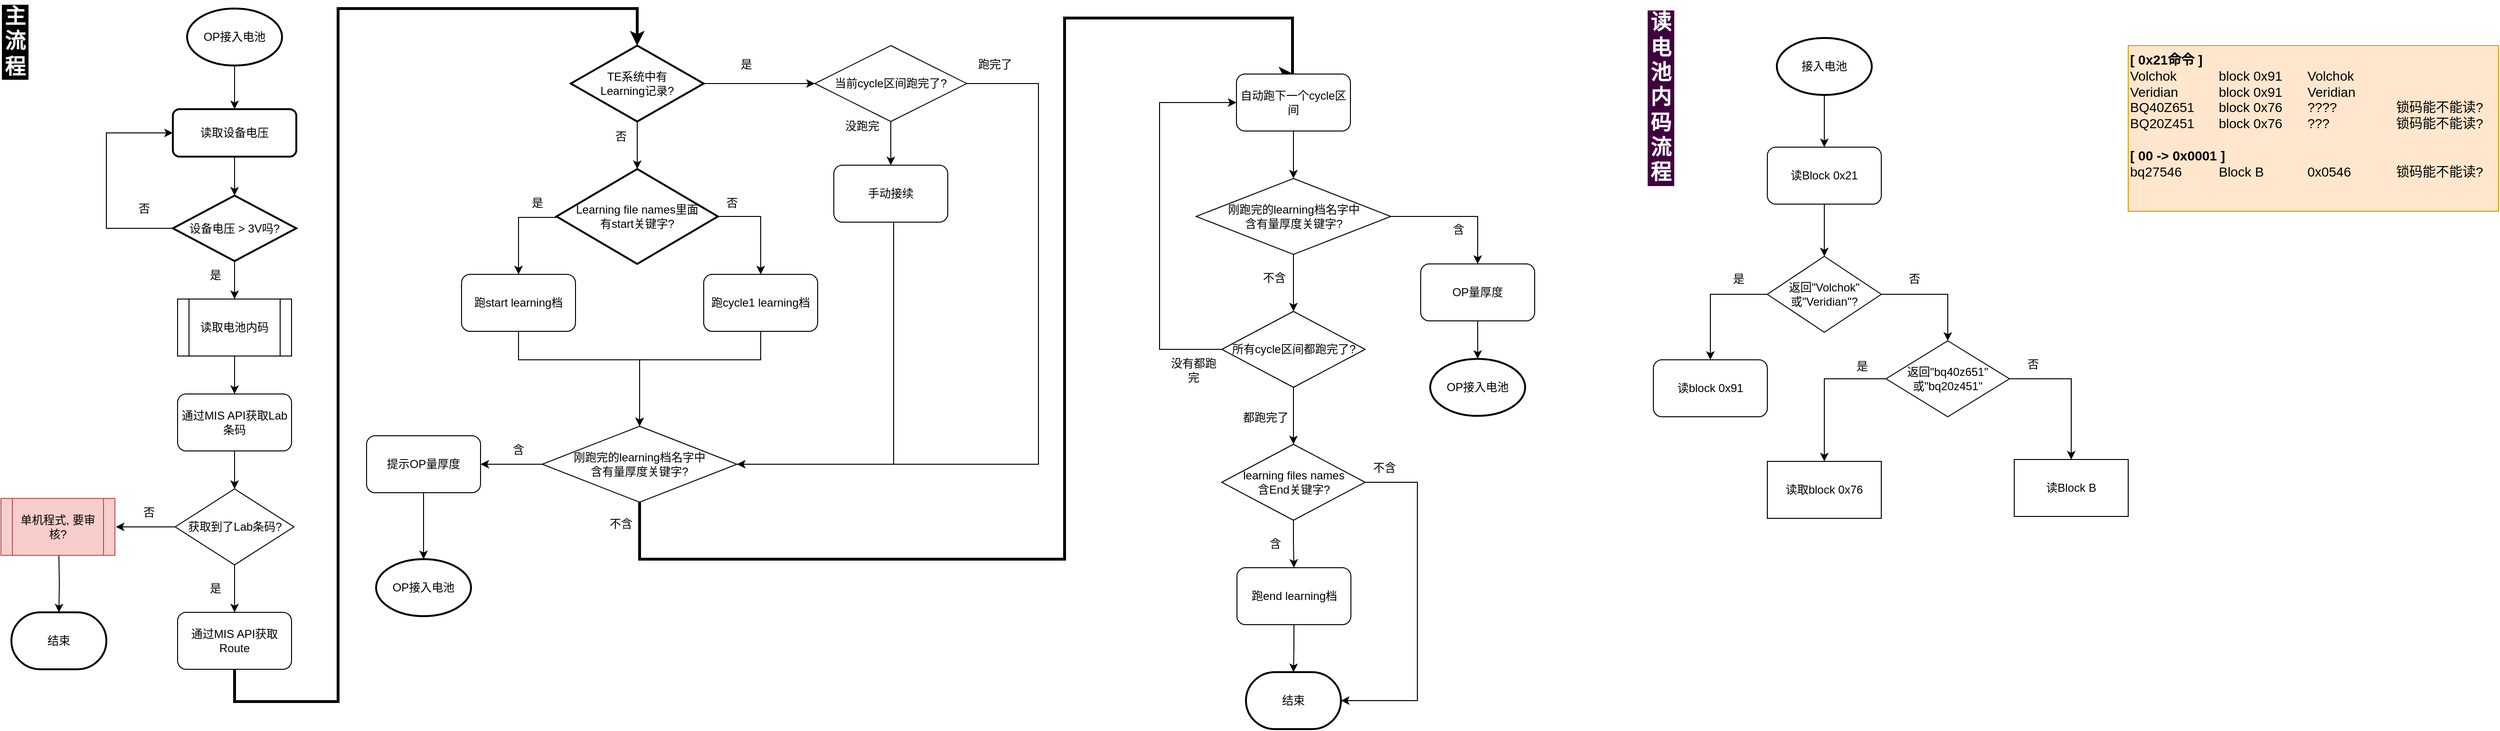
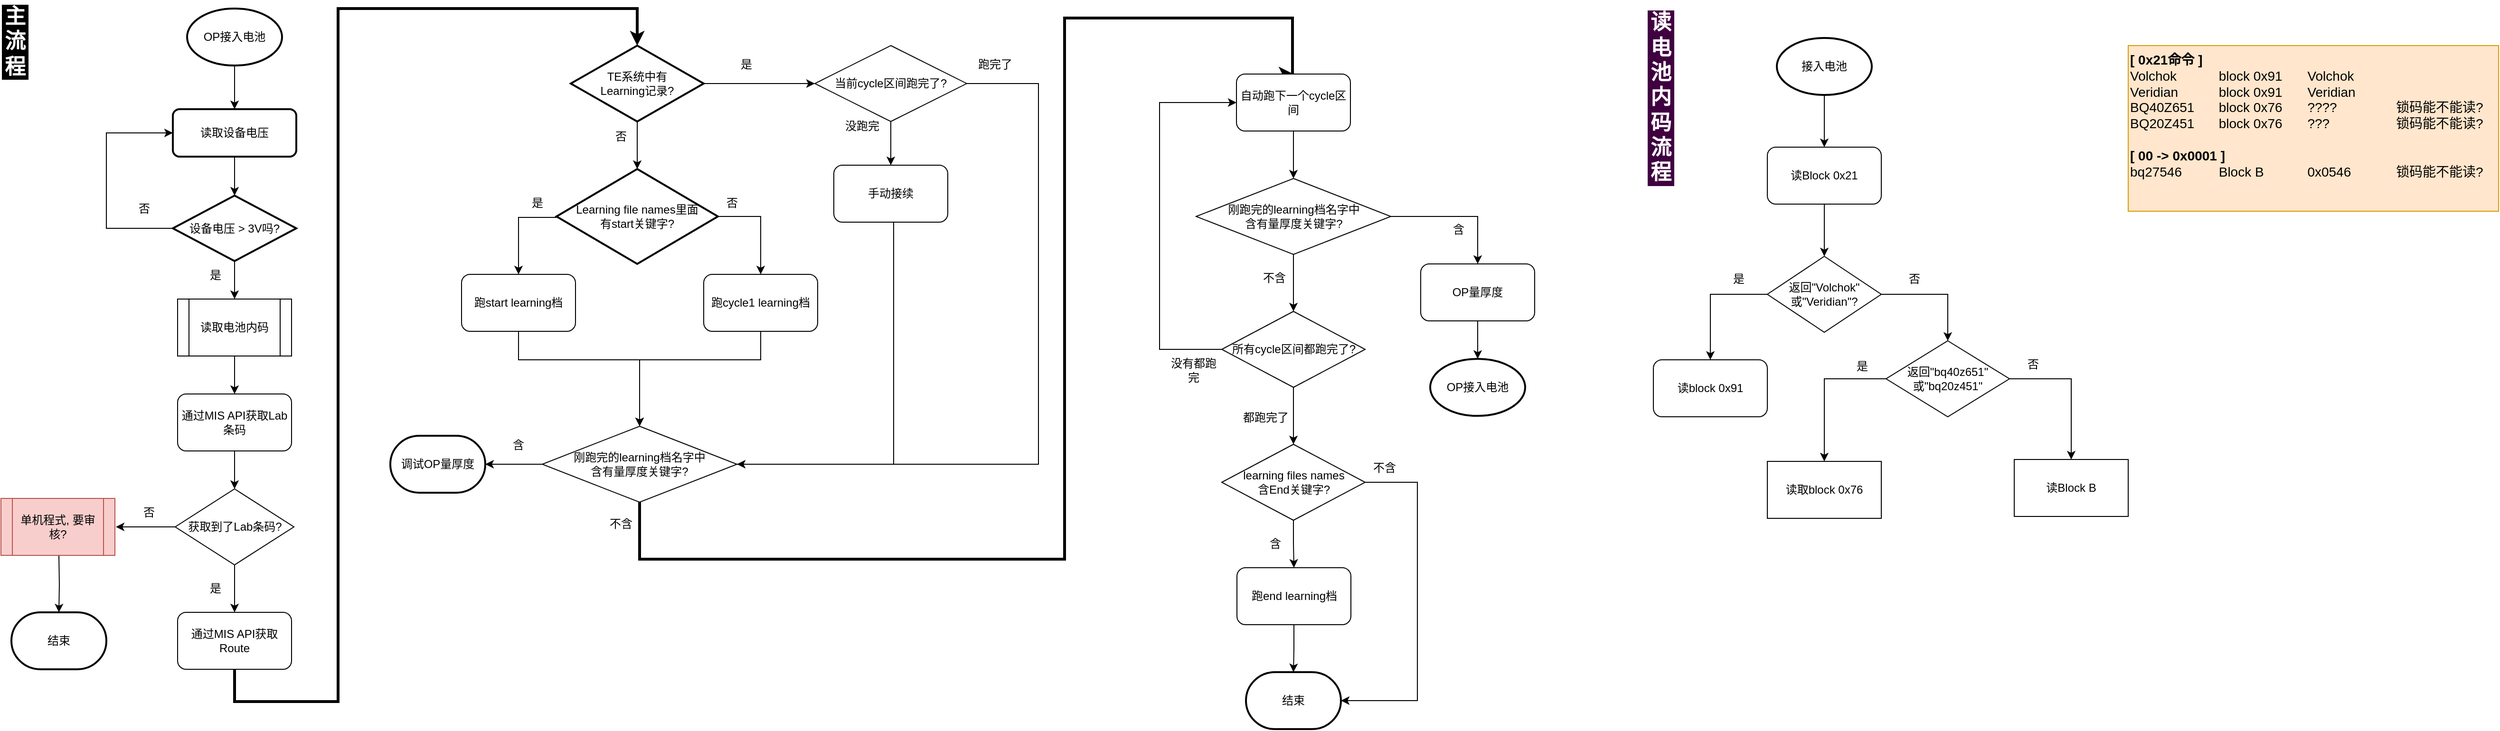
<mxfile host="app.diagrams.net">
  <diagram name="第 1 页" id="3HldnIOuQtLrwHUO-1mN">
    <mxGraphModel dx="1318" dy="774" grid="1" gridSize="10" guides="1" tooltips="1" connect="1" arrows="1" fold="1" page="1" pageScale="1" pageWidth="1169" pageHeight="827" background="#FFFFFF" math="0" shadow="0">
      <root>
        <mxCell id="0" />
        <mxCell id="1" parent="0" />
        <mxCell id="qRa3hty1LtdxE0hFs_0w-8" edge="1" parent="1" source="qRa3hty1LtdxE0hFs_0w-4" style="edgeStyle=orthogonalEdgeStyle;rounded=0;orthogonalLoop=1;jettySize=auto;html=1;" target="qRa3hty1LtdxE0hFs_0w-6" value="">
          <mxGeometry relative="1" as="geometry" />
        </mxCell>
        <mxCell id="qRa3hty1LtdxE0hFs_0w-4" parent="1" style="strokeWidth=2;html=1;shape=mxgraph.flowchart.start_1;whiteSpace=wrap;" value="OP接入电池" vertex="1">
          <mxGeometry height="60" width="100" x="216" y="20" as="geometry" />
        </mxCell>
        <mxCell id="qRa3hty1LtdxE0hFs_0w-9" edge="1" parent="1" source="qRa3hty1LtdxE0hFs_0w-6" style="edgeStyle=orthogonalEdgeStyle;rounded=0;orthogonalLoop=1;jettySize=auto;html=1;" target="qRa3hty1LtdxE0hFs_0w-7" value="">
          <mxGeometry relative="1" as="geometry" />
        </mxCell>
        <mxCell id="qRa3hty1LtdxE0hFs_0w-6" parent="1" style="rounded=1;whiteSpace=wrap;html=1;absoluteArcSize=1;arcSize=14;strokeWidth=2;" value="读取设备电压" vertex="1">
          <mxGeometry height="50" width="130" x="201" y="126" as="geometry" />
        </mxCell>
        <mxCell id="qRa3hty1LtdxE0hFs_0w-14" edge="1" parent="1" source="qRa3hty1LtdxE0hFs_0w-7" style="edgeStyle=orthogonalEdgeStyle;rounded=0;orthogonalLoop=1;jettySize=auto;html=1;" target="qRa3hty1LtdxE0hFs_0w-13" value="">
          <mxGeometry relative="1" as="geometry" />
        </mxCell>
        <mxCell id="qRa3hty1LtdxE0hFs_0w-25" edge="1" parent="1" source="qRa3hty1LtdxE0hFs_0w-7" style="edgeStyle=orthogonalEdgeStyle;rounded=0;orthogonalLoop=1;jettySize=auto;html=1;entryX=0;entryY=0.5;entryDx=0;entryDy=0;" target="qRa3hty1LtdxE0hFs_0w-6">
          <mxGeometry relative="1" as="geometry">
            <Array as="points">
              <mxPoint x="131" y="252" />
              <mxPoint x="131" y="151" />
            </Array>
            <mxPoint x="411" y="146" as="targetPoint" />
          </mxGeometry>
        </mxCell>
        <mxCell id="qRa3hty1LtdxE0hFs_0w-7" parent="1" style="strokeWidth=2;html=1;shape=mxgraph.flowchart.decision;whiteSpace=wrap;" value="设备电压 &amp;gt; 3V吗?" vertex="1">
          <mxGeometry height="69" width="130" x="201" y="217" as="geometry" />
        </mxCell>
        <mxCell id="qRa3hty1LtdxE0hFs_0w-11" parent="1" style="text;html=1;whiteSpace=wrap;strokeColor=none;fillColor=none;align=center;verticalAlign=middle;rounded=0;" value="&lt;div&gt;否&lt;/div&gt;" vertex="1">
          <mxGeometry height="30" width="60" x="141" y="216" as="geometry" />
        </mxCell>
        <mxCell id="qRa3hty1LtdxE0hFs_0w-12" parent="1" style="text;html=1;whiteSpace=wrap;strokeColor=none;fillColor=none;align=center;verticalAlign=middle;rounded=0;" value="&lt;div&gt;是&lt;/div&gt;" vertex="1">
          <mxGeometry height="30" width="60" x="216" y="286" as="geometry" />
        </mxCell>
        <mxCell id="qRa3hty1LtdxE0hFs_0w-16" edge="1" parent="1" source="qRa3hty1LtdxE0hFs_0w-13" style="edgeStyle=orthogonalEdgeStyle;rounded=0;orthogonalLoop=1;jettySize=auto;html=1;" target="qRa3hty1LtdxE0hFs_0w-15" value="">
          <mxGeometry relative="1" as="geometry" />
        </mxCell>
        <mxCell id="qRa3hty1LtdxE0hFs_0w-13" parent="1" style="shape=process;whiteSpace=wrap;html=1;backgroundOutline=1;" value="读取电池内码" vertex="1">
          <mxGeometry height="60" width="120" x="206" y="326" as="geometry" />
        </mxCell>
        <mxCell id="qRa3hty1LtdxE0hFs_0w-20" edge="1" parent="1" source="qRa3hty1LtdxE0hFs_0w-15" style="edgeStyle=orthogonalEdgeStyle;rounded=0;orthogonalLoop=1;jettySize=auto;html=1;" target="qRa3hty1LtdxE0hFs_0w-19" value="">
          <mxGeometry relative="1" as="geometry" />
        </mxCell>
        <mxCell id="qRa3hty1LtdxE0hFs_0w-15" parent="1" style="rounded=1;whiteSpace=wrap;html=1;" value="通过MIS API获取Lab条码" vertex="1">
          <mxGeometry height="60" width="120" x="206" y="426" as="geometry" />
        </mxCell>
        <mxCell id="qRa3hty1LtdxE0hFs_0w-31" edge="1" parent="1" source="qRa3hty1LtdxE0hFs_0w-17" style="edgeStyle=orthogonalEdgeStyle;rounded=0;orthogonalLoop=1;jettySize=auto;html=1;entryX=0.5;entryY=0;entryDx=0;entryDy=0;entryPerimeter=0;strokeWidth=3;" target="qRa3hty1LtdxE0hFs_0w-30" value="">
          <mxGeometry relative="1" as="geometry">
            <Array as="points">
              <mxPoint x="266" y="750" />
              <mxPoint x="375" y="750" />
              <mxPoint x="375" y="20" />
              <mxPoint x="690" y="20" />
            </Array>
          </mxGeometry>
        </mxCell>
        <mxCell id="qRa3hty1LtdxE0hFs_0w-17" parent="1" style="rounded=1;whiteSpace=wrap;html=1;" value="通过MIS API获取Route" vertex="1">
          <mxGeometry height="60" width="120" x="206" y="656" as="geometry" />
        </mxCell>
        <mxCell id="qRa3hty1LtdxE0hFs_0w-21" edge="1" parent="1" source="qRa3hty1LtdxE0hFs_0w-19" style="edgeStyle=orthogonalEdgeStyle;rounded=0;orthogonalLoop=1;jettySize=auto;html=1;" target="qRa3hty1LtdxE0hFs_0w-17" value="">
          <mxGeometry relative="1" as="geometry" />
        </mxCell>
        <mxCell id="qRa3hty1LtdxE0hFs_0w-27" edge="1" parent="1" source="qRa3hty1LtdxE0hFs_0w-19" style="edgeStyle=orthogonalEdgeStyle;rounded=0;orthogonalLoop=1;jettySize=auto;html=1;" value="">
          <mxGeometry relative="1" as="geometry">
            <mxPoint x="141" y="566" as="targetPoint" />
          </mxGeometry>
        </mxCell>
        <mxCell id="qRa3hty1LtdxE0hFs_0w-19" parent="1" style="rhombus;whiteSpace=wrap;html=1;" value="获取到了Lab条码?" vertex="1">
          <mxGeometry height="80" width="125" x="203.5" y="526" as="geometry" />
        </mxCell>
        <mxCell id="qRa3hty1LtdxE0hFs_0w-22" parent="1" style="text;html=1;whiteSpace=wrap;strokeColor=none;fillColor=none;align=center;verticalAlign=middle;rounded=0;" value="是" vertex="1">
          <mxGeometry height="30" width="60" x="216" y="616" as="geometry" />
        </mxCell>
        <mxCell id="qRa3hty1LtdxE0hFs_0w-29" edge="1" parent="1" style="edgeStyle=orthogonalEdgeStyle;rounded=0;orthogonalLoop=1;jettySize=auto;html=1;" target="qRa3hty1LtdxE0hFs_0w-28" value="">
          <mxGeometry relative="1" as="geometry">
            <mxPoint x="81" y="596" as="sourcePoint" />
          </mxGeometry>
        </mxCell>
        <mxCell id="qRa3hty1LtdxE0hFs_0w-26" parent="1" style="shape=process;whiteSpace=wrap;html=1;backgroundOutline=1;fillColor=#f8cecc;strokeColor=#b85450;" value="单机程式, 要审核?" vertex="1">
          <mxGeometry height="60" width="120" x="20" y="536" as="geometry" />
        </mxCell>
        <mxCell id="qRa3hty1LtdxE0hFs_0w-28" parent="1" style="strokeWidth=2;html=1;shape=mxgraph.flowchart.terminator;whiteSpace=wrap;" value="结束" vertex="1">
          <mxGeometry height="60" width="100" x="31" y="656" as="geometry" />
        </mxCell>
        <mxCell id="qRa3hty1LtdxE0hFs_0w-34" edge="1" parent="1" source="qRa3hty1LtdxE0hFs_0w-30" style="edgeStyle=orthogonalEdgeStyle;rounded=0;orthogonalLoop=1;jettySize=auto;html=1;" target="qRa3hty1LtdxE0hFs_0w-33" value="">
          <mxGeometry relative="1" as="geometry" />
        </mxCell>
        <mxCell id="qRa3hty1LtdxE0hFs_0w-38" edge="1" parent="1" source="qRa3hty1LtdxE0hFs_0w-30" style="edgeStyle=orthogonalEdgeStyle;rounded=0;orthogonalLoop=1;jettySize=auto;html=1;" target="qRa3hty1LtdxE0hFs_0w-37" value="">
          <mxGeometry relative="1" as="geometry" />
        </mxCell>
        <mxCell id="qRa3hty1LtdxE0hFs_0w-30" parent="1" style="strokeWidth=2;html=1;shape=mxgraph.flowchart.decision;whiteSpace=wrap;" value="&lt;div&gt;TE系统中有&lt;/div&gt;&lt;div&gt;Learning记录?&lt;/div&gt;" vertex="1">
          <mxGeometry height="80" width="140" x="620" y="59" as="geometry" />
        </mxCell>
        <mxCell id="qRa3hty1LtdxE0hFs_0w-45" edge="1" parent="1" source="qRa3hty1LtdxE0hFs_0w-33" style="edgeStyle=orthogonalEdgeStyle;rounded=0;orthogonalLoop=1;jettySize=auto;html=1;" target="qRa3hty1LtdxE0hFs_0w-44" value="">
          <mxGeometry relative="1" as="geometry">
            <Array as="points">
              <mxPoint x="565" y="240" />
            </Array>
          </mxGeometry>
        </mxCell>
        <mxCell id="qRa3hty1LtdxE0hFs_0w-67" edge="1" parent="1" source="qRa3hty1LtdxE0hFs_0w-33" style="edgeStyle=orthogonalEdgeStyle;rounded=0;orthogonalLoop=1;jettySize=auto;html=1;entryX=0.5;entryY=0;entryDx=0;entryDy=0;exitX=1;exitY=0.5;exitDx=0;exitDy=0;exitPerimeter=0;" target="qRa3hty1LtdxE0hFs_0w-66">
          <mxGeometry relative="1" as="geometry" />
        </mxCell>
        <mxCell id="qRa3hty1LtdxE0hFs_0w-33" parent="1" style="strokeWidth=2;html=1;shape=mxgraph.flowchart.decision;whiteSpace=wrap;" value="&lt;div&gt;Learning file names里面&lt;/div&gt;&lt;div&gt;有start关键字?&lt;/div&gt;" vertex="1">
          <mxGeometry height="100" width="170" x="605" y="189" as="geometry" />
        </mxCell>
        <mxCell id="qRa3hty1LtdxE0hFs_0w-35" parent="1" style="text;html=1;whiteSpace=wrap;strokeColor=none;fillColor=none;align=center;verticalAlign=middle;rounded=0;" value="否" vertex="1">
          <mxGeometry height="30" width="60" x="642.5" y="140" as="geometry" />
        </mxCell>
        <mxCell id="qRa3hty1LtdxE0hFs_0w-36" parent="1" style="text;html=1;whiteSpace=wrap;strokeColor=none;fillColor=none;align=center;verticalAlign=middle;rounded=0;" value="是" vertex="1">
          <mxGeometry height="30" width="60" x="775" y="64" as="geometry" />
        </mxCell>
        <mxCell id="qRa3hty1LtdxE0hFs_0w-40" edge="1" parent="1" source="qRa3hty1LtdxE0hFs_0w-37" style="edgeStyle=orthogonalEdgeStyle;rounded=0;orthogonalLoop=1;jettySize=auto;html=1;" target="qRa3hty1LtdxE0hFs_0w-39" value="">
          <mxGeometry relative="1" as="geometry" />
        </mxCell>
        <mxCell id="qRa3hty1LtdxE0hFs_0w-115" edge="1" parent="1" style="edgeStyle=orthogonalEdgeStyle;rounded=0;orthogonalLoop=1;jettySize=auto;html=1;entryX=1;entryY=0.5;entryDx=0;entryDy=0;">
          <mxGeometry relative="1" as="geometry">
            <Array as="points">
              <mxPoint x="1112.5" y="99" />
              <mxPoint x="1112.5" y="500" />
            </Array>
            <mxPoint x="1022.5" y="99" as="sourcePoint" />
            <mxPoint x="767.5" y="500" as="targetPoint" />
          </mxGeometry>
        </mxCell>
        <mxCell id="qRa3hty1LtdxE0hFs_0w-37" parent="1" style="rhombus;whiteSpace=wrap;html=1;" value="当前cycle区间跑完了?" vertex="1">
          <mxGeometry height="80" width="160" x="877" y="59" as="geometry" />
        </mxCell>
        <mxCell id="qRa3hty1LtdxE0hFs_0w-74" edge="1" parent="1" source="qRa3hty1LtdxE0hFs_0w-39" style="edgeStyle=orthogonalEdgeStyle;rounded=0;orthogonalLoop=1;jettySize=auto;html=1;entryX=1;entryY=0.5;entryDx=0;entryDy=0;exitX=0.5;exitY=1;exitDx=0;exitDy=0;" target="qRa3hty1LtdxE0hFs_0w-49">
          <mxGeometry relative="1" as="geometry">
            <Array as="points">
              <mxPoint x="960" y="245" />
              <mxPoint x="960" y="500" />
            </Array>
            <mxPoint x="1005" y="240" as="sourcePoint" />
          </mxGeometry>
        </mxCell>
        <mxCell id="qRa3hty1LtdxE0hFs_0w-39" parent="1" style="rounded=1;whiteSpace=wrap;html=1;" value="手动接续" vertex="1">
          <mxGeometry height="60" width="120" x="897" y="185" as="geometry" />
        </mxCell>
        <mxCell id="qRa3hty1LtdxE0hFs_0w-41" parent="1" style="text;html=1;whiteSpace=wrap;strokeColor=none;fillColor=none;align=center;verticalAlign=middle;rounded=0;" value="没跑完" vertex="1">
          <mxGeometry height="30" width="60" x="897" y="129" as="geometry" />
        </mxCell>
        <mxCell id="qRa3hty1LtdxE0hFs_0w-71" edge="1" parent="1" source="qRa3hty1LtdxE0hFs_0w-44" style="edgeStyle=orthogonalEdgeStyle;rounded=0;orthogonalLoop=1;jettySize=auto;html=1;entryX=0.5;entryY=0;entryDx=0;entryDy=0;" target="qRa3hty1LtdxE0hFs_0w-49">
          <mxGeometry relative="1" as="geometry">
            <Array as="points">
              <mxPoint x="565" y="390" />
              <mxPoint x="693" y="390" />
            </Array>
          </mxGeometry>
        </mxCell>
        <mxCell id="qRa3hty1LtdxE0hFs_0w-44" parent="1" style="rounded=1;whiteSpace=wrap;html=1;" value="跑start learning档" vertex="1">
          <mxGeometry height="60" width="120" x="505" y="300" as="geometry" />
        </mxCell>
        <mxCell id="qRa3hty1LtdxE0hFs_0w-46" parent="1" style="text;html=1;whiteSpace=wrap;strokeColor=none;fillColor=none;align=center;verticalAlign=middle;rounded=0;" value="是" vertex="1">
          <mxGeometry height="30" width="60" x="555" y="210" as="geometry" />
        </mxCell>
-         <mxCell id="qRa3hty1LtdxE0hFs_0w-52" edge="1" parent="1" source="qRa3hty1LtdxE0hFs_0w-49" style="edgeStyle=orthogonalEdgeStyle;rounded=0;orthogonalLoop=1;jettySize=auto;html=1;" target="qRa3hty1LtdxE0hFs_0w-51" value="">
-           <mxGeometry relative="1" as="geometry" />
-         </mxCell>
        <mxCell id="qRa3hty1LtdxE0hFs_0w-129" edge="1" parent="1" source="qRa3hty1LtdxE0hFs_0w-49" style="edgeStyle=orthogonalEdgeStyle;rounded=0;orthogonalLoop=1;jettySize=auto;html=1;entryX=0.5;entryY=0;entryDx=0;entryDy=0;exitX=0.5;exitY=1;exitDx=0;exitDy=0;strokeWidth=3;" target="qRa3hty1LtdxE0hFs_0w-55">
          <mxGeometry relative="1" as="geometry">
            <Array as="points">
              <mxPoint x="692" y="600" />
              <mxPoint x="1140" y="600" />
              <mxPoint x="1140" y="30" />
              <mxPoint x="1380" y="30" />
              <mxPoint x="1380" y="89" />
            </Array>
          </mxGeometry>
        </mxCell>
+         <mxCell id="PsBZDfwHha2lWDHOalyY-38" edge="1" parent="1" source="qRa3hty1LtdxE0hFs_0w-49" style="edgeStyle=orthogonalEdgeStyle;rounded=0;orthogonalLoop=1;jettySize=auto;html=1;" target="PsBZDfwHha2lWDHOalyY-37" value="">
+           <mxGeometry relative="1" as="geometry" />
+         </mxCell>
        <mxCell id="qRa3hty1LtdxE0hFs_0w-49" parent="1" style="rhombus;whiteSpace=wrap;html=1;" value="&lt;div&gt;刚跑完的learning档名字中&lt;/div&gt;&lt;div&gt;含有量厚度关键字?&lt;/div&gt;" vertex="1">
          <mxGeometry height="80" width="205" x="590" y="460" as="geometry" />
        </mxCell>
-         <mxCell id="qRa3hty1LtdxE0hFs_0w-102" edge="1" parent="1" source="qRa3hty1LtdxE0hFs_0w-51" style="edgeStyle=orthogonalEdgeStyle;rounded=0;orthogonalLoop=1;jettySize=auto;html=1;" target="qRa3hty1LtdxE0hFs_0w-101" value="">
-           <mxGeometry relative="1" as="geometry" />
-         </mxCell>
-         <mxCell id="qRa3hty1LtdxE0hFs_0w-51" parent="1" style="rounded=1;whiteSpace=wrap;html=1;" value="提示OP量厚度" vertex="1">
-           <mxGeometry height="60" width="120" x="405" y="470" as="geometry" />
-         </mxCell>
        <mxCell id="qRa3hty1LtdxE0hFs_0w-53" parent="1" style="text;html=1;whiteSpace=wrap;strokeColor=none;fillColor=none;align=center;verticalAlign=middle;rounded=0;" value="&lt;div&gt;含&lt;/div&gt;" vertex="1">
-           <mxGeometry height="30" width="60" x="535" y="470" as="geometry" />
+           <mxGeometry height="30" width="60" x="535" y="465" as="geometry" />
        </mxCell>
        <mxCell id="qRa3hty1LtdxE0hFs_0w-130" edge="1" parent="1" source="qRa3hty1LtdxE0hFs_0w-55" style="edgeStyle=orthogonalEdgeStyle;rounded=0;orthogonalLoop=1;jettySize=auto;html=1;" target="qRa3hty1LtdxE0hFs_0w-88" value="">
          <mxGeometry relative="1" as="geometry" />
        </mxCell>
        <mxCell id="qRa3hty1LtdxE0hFs_0w-55" parent="1" style="rounded=1;whiteSpace=wrap;html=1;" value="自动跑下一个cycle区间" vertex="1">
          <mxGeometry height="60" width="120" x="1321" y="89" as="geometry" />
        </mxCell>
        <mxCell id="qRa3hty1LtdxE0hFs_0w-57" parent="1" style="text;html=1;whiteSpace=wrap;strokeColor=none;fillColor=none;align=center;verticalAlign=middle;rounded=0;" value="否" vertex="1">
          <mxGeometry height="30" width="60" x="146" y="536" as="geometry" />
        </mxCell>
        <mxCell id="qRa3hty1LtdxE0hFs_0w-58" parent="1" style="text;html=1;whiteSpace=wrap;strokeColor=none;fillColor=none;align=center;verticalAlign=middle;rounded=0;" value="跑完了" vertex="1">
          <mxGeometry height="30" width="60" x="1037" y="64" as="geometry" />
        </mxCell>
        <mxCell id="qRa3hty1LtdxE0hFs_0w-73" edge="1" parent="1" source="qRa3hty1LtdxE0hFs_0w-66" style="edgeStyle=orthogonalEdgeStyle;rounded=0;orthogonalLoop=1;jettySize=auto;html=1;entryX=0.5;entryY=0;entryDx=0;entryDy=0;" target="qRa3hty1LtdxE0hFs_0w-49">
          <mxGeometry relative="1" as="geometry">
            <Array as="points">
              <mxPoint x="820" y="390" />
              <mxPoint x="693" y="390" />
            </Array>
          </mxGeometry>
        </mxCell>
        <mxCell id="qRa3hty1LtdxE0hFs_0w-66" parent="1" style="rounded=1;whiteSpace=wrap;html=1;" value="跑cycle1 learning档" vertex="1">
          <mxGeometry height="60" width="120" x="760" y="300" as="geometry" />
        </mxCell>
        <mxCell id="qRa3hty1LtdxE0hFs_0w-68" parent="1" style="text;html=1;whiteSpace=wrap;strokeColor=none;fillColor=none;align=center;verticalAlign=middle;rounded=0;" value="否" vertex="1">
          <mxGeometry height="30" width="60" x="760" y="210" as="geometry" />
        </mxCell>
        <mxCell id="qRa3hty1LtdxE0hFs_0w-75" parent="1" style="text;html=1;whiteSpace=wrap;strokeColor=none;fillColor=none;align=center;verticalAlign=middle;rounded=0;" value="不含" vertex="1">
          <mxGeometry height="30" width="60" x="642.5" y="548" as="geometry" />
        </mxCell>
        <mxCell id="qRa3hty1LtdxE0hFs_0w-132" edge="1" parent="1" source="qRa3hty1LtdxE0hFs_0w-88" style="edgeStyle=orthogonalEdgeStyle;rounded=0;orthogonalLoop=1;jettySize=auto;html=1;" target="qRa3hty1LtdxE0hFs_0w-91" value="">
          <mxGeometry relative="1" as="geometry" />
        </mxCell>
        <mxCell id="qRa3hty1LtdxE0hFs_0w-134" edge="1" parent="1" source="qRa3hty1LtdxE0hFs_0w-88" style="edgeStyle=orthogonalEdgeStyle;rounded=0;orthogonalLoop=1;jettySize=auto;html=1;" target="qRa3hty1LtdxE0hFs_0w-107" value="">
          <mxGeometry relative="1" as="geometry" />
        </mxCell>
        <mxCell id="qRa3hty1LtdxE0hFs_0w-88" parent="1" style="rhombus;whiteSpace=wrap;html=1;" value="&lt;div&gt;刚跑完的learning档名字中&lt;/div&gt;&lt;div&gt;含有量厚度关键字?&lt;/div&gt;" vertex="1">
          <mxGeometry height="80" width="205" x="1278.5" y="199" as="geometry" />
        </mxCell>
        <mxCell id="qRa3hty1LtdxE0hFs_0w-104" edge="1" parent="1" source="qRa3hty1LtdxE0hFs_0w-91" style="edgeStyle=orthogonalEdgeStyle;rounded=0;orthogonalLoop=1;jettySize=auto;html=1;" target="qRa3hty1LtdxE0hFs_0w-103" value="">
          <mxGeometry relative="1" as="geometry" />
        </mxCell>
        <mxCell id="qRa3hty1LtdxE0hFs_0w-91" parent="1" style="rounded=1;whiteSpace=wrap;html=1;" value="OP量厚度" vertex="1">
          <mxGeometry height="60" width="120" x="1515" y="289" as="geometry" />
        </mxCell>
        <mxCell id="qRa3hty1LtdxE0hFs_0w-93" parent="1" style="text;html=1;whiteSpace=wrap;strokeColor=none;fillColor=none;align=center;verticalAlign=middle;rounded=0;" value="含" vertex="1">
          <mxGeometry height="30" width="60" x="1525" y="238" as="geometry" />
        </mxCell>
        <mxCell id="qRa3hty1LtdxE0hFs_0w-95" parent="1" style="text;html=1;whiteSpace=wrap;strokeColor=none;fillColor=none;align=center;verticalAlign=middle;rounded=0;" value="不含" vertex="1">
          <mxGeometry height="30" width="60" x="1331" y="289" as="geometry" />
        </mxCell>
-         <mxCell id="qRa3hty1LtdxE0hFs_0w-101" parent="1" style="strokeWidth=2;html=1;shape=mxgraph.flowchart.start_1;whiteSpace=wrap;" value="OP接入电池" vertex="1">
-           <mxGeometry height="60" width="100" x="415" y="600" as="geometry" />
-         </mxCell>
        <mxCell id="qRa3hty1LtdxE0hFs_0w-103" parent="1" style="strokeWidth=2;html=1;shape=mxgraph.flowchart.start_1;whiteSpace=wrap;" value="OP接入电池" vertex="1">
          <mxGeometry height="60" width="100" x="1525" y="389" as="geometry" />
        </mxCell>
        <mxCell id="qRa3hty1LtdxE0hFs_0w-118" edge="1" parent="1" source="qRa3hty1LtdxE0hFs_0w-107" style="edgeStyle=orthogonalEdgeStyle;rounded=0;orthogonalLoop=1;jettySize=auto;html=1;" target="qRa3hty1LtdxE0hFs_0w-117" value="">
          <mxGeometry relative="1" as="geometry" />
        </mxCell>
        <mxCell id="qRa3hty1LtdxE0hFs_0w-135" edge="1" parent="1" source="qRa3hty1LtdxE0hFs_0w-107" style="edgeStyle=orthogonalEdgeStyle;rounded=0;orthogonalLoop=1;jettySize=auto;html=1;entryX=0;entryY=0.5;entryDx=0;entryDy=0;" target="qRa3hty1LtdxE0hFs_0w-55">
          <mxGeometry relative="1" as="geometry">
            <Array as="points">
              <mxPoint x="1240" y="379" />
              <mxPoint x="1240" y="119" />
            </Array>
            <mxPoint x="1250" y="140" as="targetPoint" />
          </mxGeometry>
        </mxCell>
        <mxCell id="qRa3hty1LtdxE0hFs_0w-107" parent="1" style="rhombus;whiteSpace=wrap;html=1;" value="所有cycle区间都跑完了?" vertex="1">
          <mxGeometry height="80" width="151" x="1305.5" y="339" as="geometry" />
        </mxCell>
        <mxCell id="qRa3hty1LtdxE0hFs_0w-111" parent="1" style="text;html=1;whiteSpace=wrap;strokeColor=none;fillColor=none;align=center;verticalAlign=middle;rounded=0;" value="没有都跑完" vertex="1">
          <mxGeometry height="30" width="60" x="1245.5" y="386" as="geometry" />
        </mxCell>
        <mxCell id="qRa3hty1LtdxE0hFs_0w-112" parent="1" style="strokeWidth=2;html=1;shape=mxgraph.flowchart.terminator;whiteSpace=wrap;" value="结束" vertex="1">
          <mxGeometry height="60" width="100" x="1331" y="719" as="geometry" />
        </mxCell>
        <mxCell id="qRa3hty1LtdxE0hFs_0w-114" parent="1" style="text;html=1;whiteSpace=wrap;strokeColor=none;fillColor=none;align=center;verticalAlign=middle;rounded=0;" value="都跑完了" vertex="1">
          <mxGeometry height="30" width="60" x="1322" y="436" as="geometry" />
        </mxCell>
        <mxCell id="qRa3hty1LtdxE0hFs_0w-122" edge="1" parent="1" source="qRa3hty1LtdxE0hFs_0w-117" style="edgeStyle=orthogonalEdgeStyle;rounded=0;orthogonalLoop=1;jettySize=auto;html=1;" target="qRa3hty1LtdxE0hFs_0w-120" value="">
          <mxGeometry relative="1" as="geometry" />
        </mxCell>
        <mxCell id="qRa3hty1LtdxE0hFs_0w-117" parent="1" style="rhombus;whiteSpace=wrap;html=1;" value="&lt;div&gt;learning files names&lt;/div&gt;&lt;div&gt;含End关键字?&lt;/div&gt;" vertex="1">
          <mxGeometry height="80" width="151" x="1305.5" y="479" as="geometry" />
        </mxCell>
        <mxCell id="qRa3hty1LtdxE0hFs_0w-121" edge="1" parent="1" source="qRa3hty1LtdxE0hFs_0w-120" style="edgeStyle=orthogonalEdgeStyle;rounded=0;orthogonalLoop=1;jettySize=auto;html=1;" target="qRa3hty1LtdxE0hFs_0w-112" value="">
          <mxGeometry relative="1" as="geometry" />
        </mxCell>
        <mxCell id="qRa3hty1LtdxE0hFs_0w-120" parent="1" style="rounded=1;whiteSpace=wrap;html=1;" value="跑end learning档" vertex="1">
          <mxGeometry height="60" width="120" x="1321.5" y="609" as="geometry" />
        </mxCell>
        <mxCell id="qRa3hty1LtdxE0hFs_0w-123" parent="1" style="text;html=1;whiteSpace=wrap;strokeColor=none;fillColor=none;align=center;verticalAlign=middle;rounded=0;" value="含" vertex="1">
          <mxGeometry height="30" width="60" x="1331.5" y="569" as="geometry" />
        </mxCell>
        <mxCell id="qRa3hty1LtdxE0hFs_0w-124" edge="1" parent="1" source="qRa3hty1LtdxE0hFs_0w-117" style="edgeStyle=orthogonalEdgeStyle;rounded=0;orthogonalLoop=1;jettySize=auto;html=1;entryX=1;entryY=0.5;entryDx=0;entryDy=0;entryPerimeter=0;" target="qRa3hty1LtdxE0hFs_0w-112">
          <mxGeometry relative="1" as="geometry">
            <Array as="points">
              <mxPoint x="1511.5" y="519" />
              <mxPoint x="1511.5" y="749" />
            </Array>
          </mxGeometry>
        </mxCell>
        <mxCell id="qRa3hty1LtdxE0hFs_0w-125" parent="1" style="text;html=1;whiteSpace=wrap;strokeColor=none;fillColor=none;align=center;verticalAlign=middle;rounded=0;" value="不含" vertex="1">
          <mxGeometry height="30" width="60" x="1446.5" y="489" as="geometry" />
        </mxCell>
        <mxCell id="PsBZDfwHha2lWDHOalyY-6" edge="1" parent="1" source="qRa3hty1LtdxE0hFs_0w-136" style="edgeStyle=orthogonalEdgeStyle;rounded=0;orthogonalLoop=1;jettySize=auto;html=1;" target="PsBZDfwHha2lWDHOalyY-3" value="">
          <mxGeometry relative="1" as="geometry" />
        </mxCell>
        <mxCell id="qRa3hty1LtdxE0hFs_0w-136" parent="1" style="strokeWidth=2;html=1;shape=mxgraph.flowchart.start_1;whiteSpace=wrap;" value="接入电池" vertex="1">
          <mxGeometry height="60" width="100" x="1890" y="51" as="geometry" />
        </mxCell>
        <mxCell id="PsBZDfwHha2lWDHOalyY-1" parent="1" style="text;html=1;whiteSpace=wrap;strokeColor=none;fillColor=none;align=center;verticalAlign=middle;rounded=0;fontStyle=1;strokeWidth=3;labelBackgroundColor=light-dark(#400040, #ededed);fontColor=light-dark(#ffffff, #ededed);fontSize=22;" value="读电池内码流程" vertex="1">
          <mxGeometry height="30" width="30" x="1753" y="99" as="geometry" />
        </mxCell>
        <mxCell id="PsBZDfwHha2lWDHOalyY-2" parent="1" style="text;html=1;whiteSpace=wrap;strokeColor=#d79b00;fillColor=#ffe6cc;align=left;verticalAlign=top;rounded=0;fontSize=14;labelBackgroundColor=none;" value="&lt;div&gt;&lt;b&gt;[ 0x21命令 ]&lt;/b&gt;&lt;/div&gt;&lt;div&gt;Volchok&lt;span style=&quot;white-space: pre;&quot;&gt;&#x9;&lt;/span&gt;&lt;span style=&quot;white-space: pre;&quot;&gt;&#x9;&lt;/span&gt;block 0x91&lt;span style=&quot;white-space: pre;&quot;&gt;&#x9;&lt;/span&gt;Volchok&lt;/div&gt;&lt;div&gt;Veridian&lt;span style=&quot;white-space: pre;&quot;&gt;&lt;span style=&quot;white-space: pre;&quot;&gt;&#x9;&lt;/span&gt;&lt;span style=&quot;white-space: pre;&quot;&gt;&#x9;&lt;/span&gt;block 0x91&#x9;Veridian&lt;/span&gt;&lt;/div&gt;&lt;div&gt;BQ40Z651&lt;span style=&quot;white-space: pre;&quot;&gt;&#x9;block 0x76&lt;/span&gt;&lt;span style=&quot;white-space: pre;&quot;&gt;&#x9;????&lt;span style=&quot;white-space: pre;&quot;&gt;&#x9;&lt;/span&gt;&lt;span style=&quot;white-space: pre;&quot;&gt;&#x9;&lt;/span&gt;锁码能不能读?&lt;/span&gt;&lt;/div&gt;&lt;div&gt;&lt;span style=&quot;white-space: pre;&quot;&gt;BQ20Z451&lt;span style=&quot;white-space: pre;&quot;&gt;&#x9;&lt;/span&gt;block 0x76&lt;span style=&quot;white-space: pre;&quot;&gt;&#x9;???&lt;span style=&quot;white-space: pre;&quot;&gt;&#x9;&lt;/span&gt;&lt;span style=&quot;white-space: pre;&quot;&gt;&#x9;&lt;/span&gt;&lt;span style=&quot;white-space: pre;&quot;&gt;&#x9;&lt;/span&gt;锁码能不能读?&lt;/span&gt;&lt;/span&gt;&lt;/div&gt;&lt;div&gt;&lt;br&gt;&lt;/div&gt;&lt;div&gt;&lt;b&gt;[ 00 -&amp;gt; 0x0001 ]&lt;/b&gt;&lt;/div&gt;&lt;div&gt;bq27546&lt;span style=&quot;white-space: pre;&quot;&gt;&#x9;&lt;/span&gt;&lt;span style=&quot;white-space: pre;&quot;&gt;&#x9;Block B&lt;span style=&quot;white-space: pre;&quot;&gt;&#x9;&lt;/span&gt;&lt;span style=&quot;white-space: pre;&quot;&gt;&#x9;&lt;/span&gt;0x0546&lt;span style=&quot;white-space: pre;&quot;&gt;&#x9;&lt;/span&gt;&lt;span style=&quot;white-space: pre;&quot;&gt;&#x9;&lt;/span&gt;锁码能不能读?&lt;/span&gt;&lt;/div&gt;&lt;div&gt;&lt;br&gt;&lt;/div&gt;" vertex="1">
          <mxGeometry height="174.5" width="390" x="2260" y="59" as="geometry" />
        </mxCell>
        <mxCell id="PsBZDfwHha2lWDHOalyY-7" edge="1" parent="1" source="PsBZDfwHha2lWDHOalyY-3" style="edgeStyle=orthogonalEdgeStyle;rounded=0;orthogonalLoop=1;jettySize=auto;html=1;" target="PsBZDfwHha2lWDHOalyY-5" value="">
          <mxGeometry relative="1" as="geometry" />
        </mxCell>
        <mxCell id="PsBZDfwHha2lWDHOalyY-3" parent="1" style="rounded=1;whiteSpace=wrap;html=1;" value="读Block 0x21" vertex="1">
          <mxGeometry height="60" width="120" x="1880" y="166" as="geometry" />
        </mxCell>
        <mxCell id="PsBZDfwHha2lWDHOalyY-27" edge="1" parent="1" source="PsBZDfwHha2lWDHOalyY-5" style="edgeStyle=orthogonalEdgeStyle;rounded=0;orthogonalLoop=1;jettySize=auto;html=1;" target="PsBZDfwHha2lWDHOalyY-26" value="">
          <mxGeometry relative="1" as="geometry" />
        </mxCell>
        <mxCell id="PsBZDfwHha2lWDHOalyY-35" edge="1" parent="1" source="PsBZDfwHha2lWDHOalyY-5" style="edgeStyle=orthogonalEdgeStyle;rounded=0;orthogonalLoop=1;jettySize=auto;html=1;entryX=0.5;entryY=0;entryDx=0;entryDy=0;" target="PsBZDfwHha2lWDHOalyY-12">
          <mxGeometry relative="1" as="geometry">
            <Array as="points">
              <mxPoint x="1820" y="321" />
            </Array>
          </mxGeometry>
        </mxCell>
        <mxCell id="PsBZDfwHha2lWDHOalyY-5" parent="1" style="rhombus;whiteSpace=wrap;html=1;" value="&lt;div&gt;返回&quot;Volchok&quot;&lt;/div&gt;&lt;div&gt;或&quot;Veridian&quot;?&lt;/div&gt;" vertex="1">
          <mxGeometry height="80" width="120" x="1880" y="281" as="geometry" />
        </mxCell>
        <mxCell id="PsBZDfwHha2lWDHOalyY-12" parent="1" style="rounded=1;whiteSpace=wrap;html=1;" value="读block 0x91" vertex="1">
          <mxGeometry height="60" width="120" x="1760" y="390" as="geometry" />
        </mxCell>
        <mxCell id="PsBZDfwHha2lWDHOalyY-14" parent="1" style="text;html=1;whiteSpace=wrap;strokeColor=none;fillColor=none;align=center;verticalAlign=middle;rounded=0;" value="是" vertex="1">
          <mxGeometry height="30" width="60" x="1820" y="290" as="geometry" />
        </mxCell>
        <mxCell id="PsBZDfwHha2lWDHOalyY-29" edge="1" parent="1" source="PsBZDfwHha2lWDHOalyY-26" style="edgeStyle=orthogonalEdgeStyle;rounded=0;orthogonalLoop=1;jettySize=auto;html=1;" target="PsBZDfwHha2lWDHOalyY-28" value="">
          <mxGeometry relative="1" as="geometry" />
        </mxCell>
        <mxCell id="PsBZDfwHha2lWDHOalyY-32" edge="1" parent="1" source="PsBZDfwHha2lWDHOalyY-26" style="edgeStyle=orthogonalEdgeStyle;rounded=0;orthogonalLoop=1;jettySize=auto;html=1;" target="PsBZDfwHha2lWDHOalyY-31" value="">
          <mxGeometry relative="1" as="geometry" />
        </mxCell>
        <mxCell id="PsBZDfwHha2lWDHOalyY-26" parent="1" style="rhombus;whiteSpace=wrap;html=1;" value="&lt;div&gt;返回&quot;bq40z651&quot;&lt;/div&gt;&lt;div&gt;或&quot;bq20z451&quot;&lt;/div&gt;" vertex="1">
          <mxGeometry height="80" width="130" x="2005" y="370" as="geometry" />
        </mxCell>
        <mxCell id="PsBZDfwHha2lWDHOalyY-28" parent="1" style="whiteSpace=wrap;html=1;" value="读取block 0x76" vertex="1">
          <mxGeometry height="60" width="120" x="1880" y="497" as="geometry" />
        </mxCell>
        <mxCell id="PsBZDfwHha2lWDHOalyY-30" parent="1" style="text;html=1;whiteSpace=wrap;strokeColor=none;fillColor=none;align=center;verticalAlign=middle;rounded=0;" value="是" vertex="1">
          <mxGeometry height="30" width="60" x="1950" y="382" as="geometry" />
        </mxCell>
        <mxCell id="PsBZDfwHha2lWDHOalyY-31" parent="1" style="whiteSpace=wrap;html=1;" value="读Block B" vertex="1">
          <mxGeometry height="60" width="120" x="2140" y="495" as="geometry" />
        </mxCell>
        <mxCell id="PsBZDfwHha2lWDHOalyY-33" parent="1" style="text;html=1;whiteSpace=wrap;strokeColor=none;fillColor=none;align=center;verticalAlign=middle;rounded=0;" value="否" vertex="1">
          <mxGeometry height="30" width="60" x="2005" y="290" as="geometry" />
        </mxCell>
        <mxCell id="PsBZDfwHha2lWDHOalyY-34" parent="1" style="text;html=1;whiteSpace=wrap;strokeColor=none;fillColor=none;align=center;verticalAlign=middle;rounded=0;" value="否" vertex="1">
          <mxGeometry height="30" width="60" x="2130" y="380" as="geometry" />
        </mxCell>
        <mxCell id="PsBZDfwHha2lWDHOalyY-36" parent="1" style="text;html=1;whiteSpace=wrap;strokeColor=none;fillColor=none;align=center;verticalAlign=middle;rounded=0;fontStyle=1;fontSize=22;fontColor=light-dark(#ffffff, #ededed);strokeWidth=3;labelBackgroundColor=#000000;" value="主流程" vertex="1">
          <mxGeometry height="30" width="30" x="20" y="40" as="geometry" />
+         </mxCell>
+         <mxCell id="PsBZDfwHha2lWDHOalyY-37" parent="1" style="strokeWidth=2;html=1;shape=mxgraph.flowchart.terminator;whiteSpace=wrap;" value="调试OP量厚度" vertex="1">
+           <mxGeometry height="60" width="100" x="430" y="470" as="geometry" />
        </mxCell>
      </root>
    </mxGraphModel>
  </diagram>
</mxfile>
